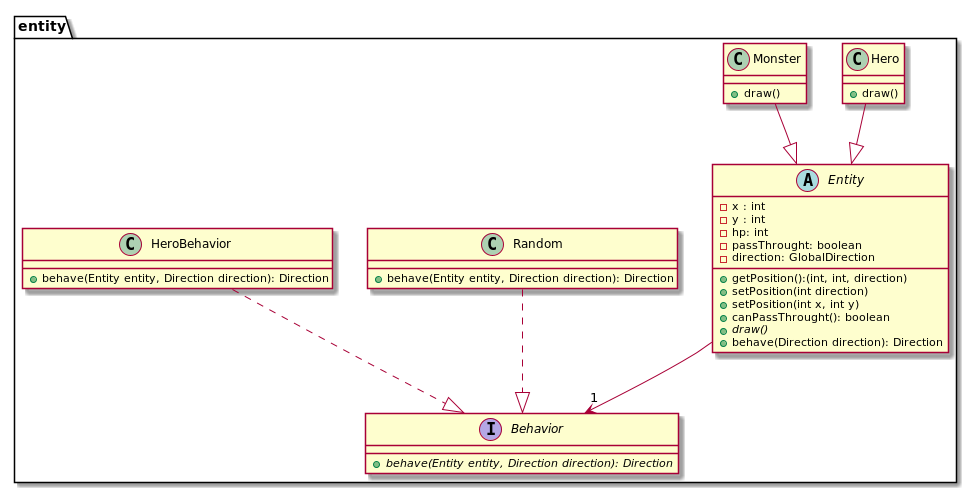
Earlier version of the PlantUML export doc/first_sprint/diagrams/class/character.png (Reynault/ACL_2019_Zelpop).
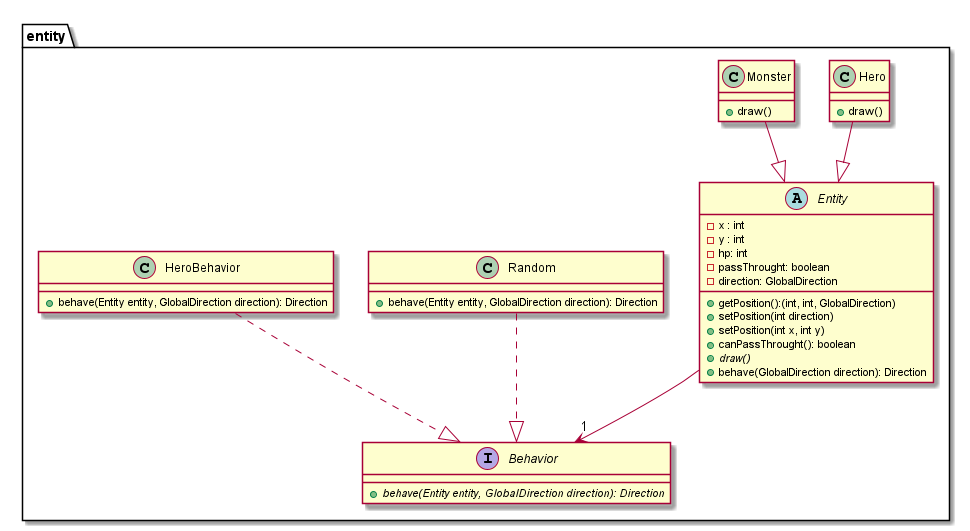
The same diagram one commit later.

The edit, as a diff of the source:
```diff
@@ -8,12 +8,12 @@
         - hp: int
         - passThrought: boolean
         - direction: GlobalDirection
-        + getPosition():(int, int, direction)
+        + getPosition():(int, int, GlobalDirection)
         + setPosition(int direction)
         + setPosition(int x, int y)
         + canPassThrought(): boolean
         + {abstract} draw()
-        + behave(Direction direction): Direction
+        + behave(GlobalDirection direction): Direction
     }
 
     class Hero {
@@ -25,15 +25,15 @@
     }
 
     interface Behavior{
-        + {abstract} behave(Entity entity, Direction direction): Direction
+        + {abstract} behave(Entity entity, GlobalDirection direction): Direction
     }
 
     class Random{
-        + behave(Entity entity, Direction direction): Direction
+        + behave(Entity entity, GlobalDirection direction): Direction
     }
 
     class HeroBehavior{
-        + behave(Entity entity, Direction direction): Direction
+        + behave(Entity entity, GlobalDirection direction): Direction
     }
 
 }
```
